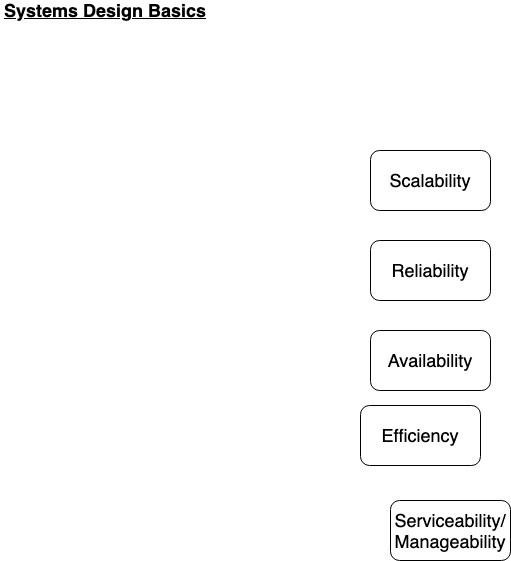
This is systems_design_notes.png from jessica-hsu/grokking_systems_design_practice, a draw.io export, as it was before one commit. Source tidied: cells renumbered, new cells last; positions are measured from the earlier drawing's top-left corner, leaving out a move shared by most shapes. Its diagram source:
```xml
<mxGraphModel>
  <root>
    <mxCell id="0" />
    <mxCell id="1" parent="0" />
    <mxCell id="2" value="&lt;font style=&quot;font-size: 18px&quot;&gt;&lt;b&gt;&lt;u&gt;Systems Design Basics&lt;/u&gt;&lt;/b&gt;&lt;/font&gt;" style="text;html=1;strokeColor=none;fillColor=none;align=center;verticalAlign=middle;whiteSpace=wrap;rounded=0;" parent="1" vertex="1">
      <mxGeometry width="210" height="20" as="geometry" />
    </mxCell>
    <mxCell id="3" value="Scalability" style="rounded=1;whiteSpace=wrap;html=1;fontSize=18;" parent="1" vertex="1">
      <mxGeometry x="370" y="150" width="120" height="60" as="geometry" />
    </mxCell>
    <mxCell id="4" value="Reliability" style="rounded=1;whiteSpace=wrap;html=1;fontSize=18;" parent="1" vertex="1">
      <mxGeometry x="370" y="240" width="120" height="60" as="geometry" />
    </mxCell>
    <mxCell id="5" value="Availability" style="rounded=1;whiteSpace=wrap;html=1;fontSize=18;" parent="1" vertex="1">
      <mxGeometry x="370" y="330" width="120" height="60" as="geometry" />
    </mxCell>
    <mxCell id="6" value="Efficiency" style="rounded=1;whiteSpace=wrap;html=1;fontSize=18;" parent="1" vertex="1">
      <mxGeometry x="360" y="405" width="120" height="60" as="geometry" />
    </mxCell>
    <mxCell id="7" value="Serviceability/&lt;br&gt;Manageability" style="rounded=1;whiteSpace=wrap;html=1;fontSize=18;" parent="1" vertex="1">
      <mxGeometry x="390" y="500" width="120" height="60" as="geometry" />
    </mxCell>
  </root>
</mxGraphModel>
```
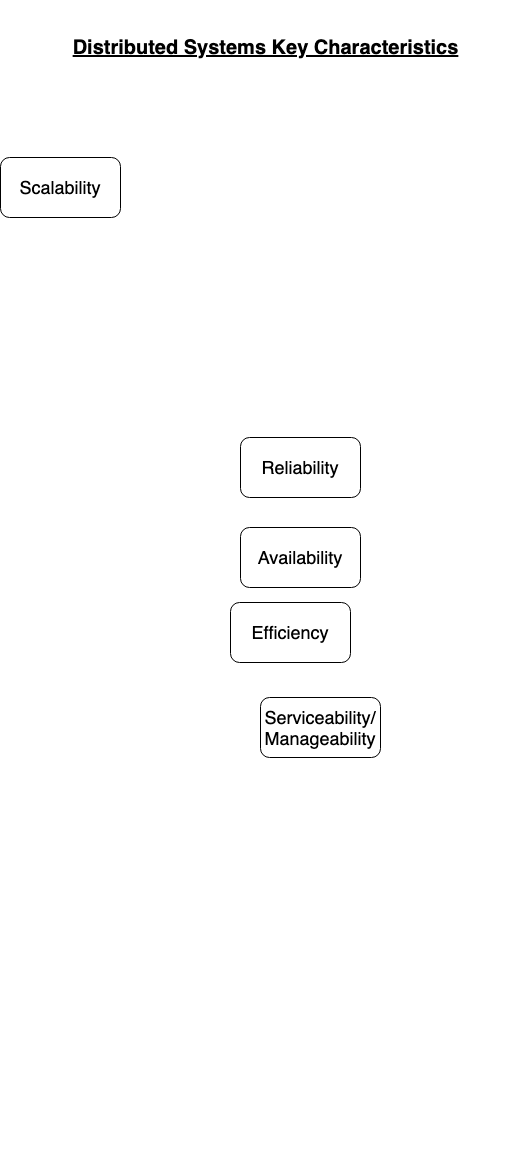
The same file after the commit.

The edit, as a diff of the source:
```diff
@@ -2,11 +2,16 @@
   <root>
     <mxCell id="0" />
     <mxCell id="1" parent="0" />
+    <mxCell id="8" style="edgeStyle=orthogonalEdgeStyle;rounded=0;jettySize=auto;html=1;exitX=0.75;exitY=0;exitDx=0;exitDy=0;fontSize=20;strokeColor=none;" parent="1" edge="1" source="2">
+      <mxGeometry relative="1" as="geometry">
+        <mxPoint x="400" y="950" as="targetPoint" />
+      </mxGeometry>
+    </mxCell>
-    <mxCell id="2" value="&lt;font style=&quot;font-size: 18px&quot;&gt;&lt;b&gt;&lt;u&gt;Systems Design Basics&lt;/u&gt;&lt;/b&gt;&lt;/font&gt;" style="text;html=1;strokeColor=none;fillColor=none;align=center;verticalAlign=middle;whiteSpace=wrap;rounded=0;" parent="1" vertex="1">
-      <mxGeometry width="210" height="20" as="geometry" />
+    <mxCell id="2" value="&lt;font style=&quot;font-size: 18px&quot;&gt;&lt;b&gt;&lt;u style=&quot;font-size: 20px&quot;&gt;Distributed Systems Key Characteristics&lt;/u&gt;&lt;/b&gt;&lt;/font&gt;" style="text;html=1;strokeColor=none;fillColor=none;align=center;verticalAlign=middle;whiteSpace=wrap;rounded=0;" parent="1" vertex="1">
+      <mxGeometry x="178" y="-170" width="435" height="40" as="geometry" />
     </mxCell>
     <mxCell id="3" value="Scalability" style="rounded=1;whiteSpace=wrap;html=1;fontSize=18;" parent="1" vertex="1">
-      <mxGeometry x="370" y="150" width="120" height="60" as="geometry" />
+      <mxGeometry x="130" y="-40" width="120" height="60" as="geometry" />
     </mxCell>
     <mxCell id="4" value="Reliability" style="rounded=1;whiteSpace=wrap;html=1;fontSize=18;" parent="1" vertex="1">
       <mxGeometry x="370" y="240" width="120" height="60" as="geometry" />
```
